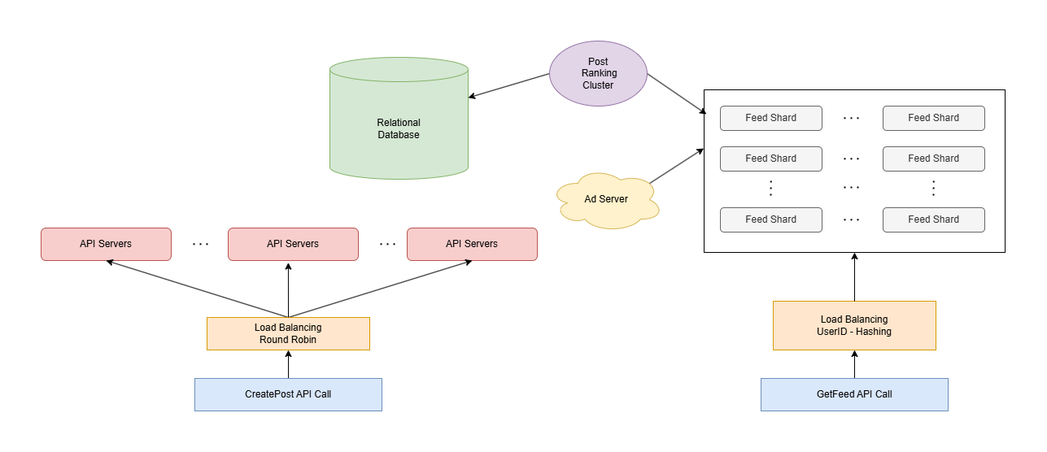
Before: SystemsExpert/design-facebook-news-feed.png, a diagram exported from draw.io (alejosilvalau/coding-interview-prep). Source tidied: cells renumbered, new cells last; positions are measured from the earlier drawing's top-left corner, leaving out a move shared by most shapes.
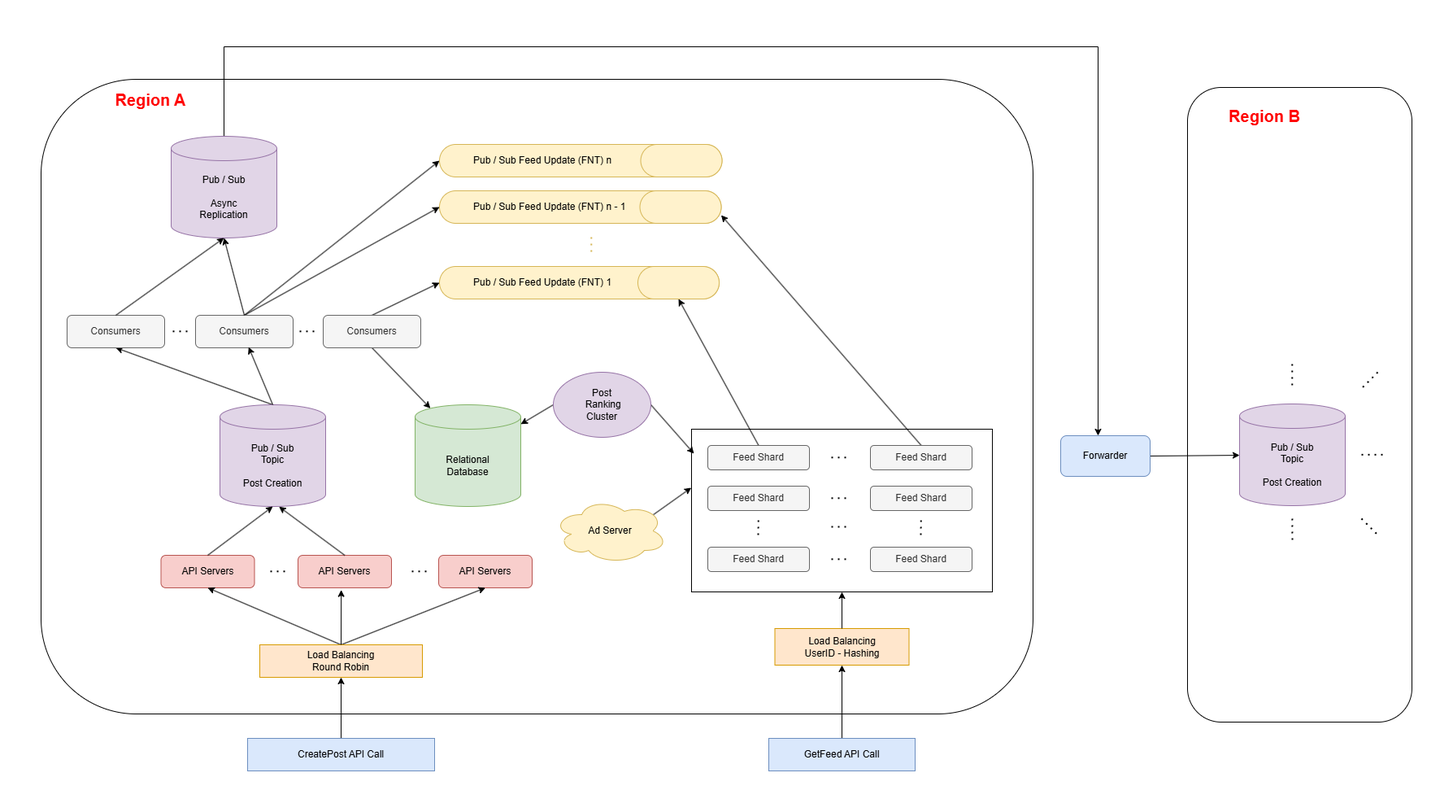
The same file after the commit.

Commit message:
Finished the system diagram and added explanation of how the feed creation works

The edit, as a diff of the source:
```diff
@@ -2,17 +2,26 @@
   <root>
     <mxCell id="0" />
     <mxCell id="1" parent="0" />
+    <mxCell id="36" style="rounded=1;whiteSpace=wrap;html=1;fillColor=none;" parent="1" vertex="1">
+      <mxGeometry x="1345" y="-345" width="276" height="780" as="geometry" />
+    </mxCell>
+    <mxCell id="37" style="rounded=1;whiteSpace=wrap;html=1;fillColor=none;" parent="1" vertex="1">
+      <mxGeometry x="-65" y="-355" width="1220" height="780" as="geometry" />
+    </mxCell>
+    <mxCell id="28" style="rounded=0;whiteSpace=wrap;html=1;fillColor=none;" parent="1" vertex="1">
+      <mxGeometry x="735" y="75" width="370" height="200" as="geometry" />
+    </mxCell>
     <mxCell id="2" value="Relational&lt;div&gt;Database&lt;/div&gt;" style="shape=cylinder3;whiteSpace=wrap;html=1;boundedLbl=1;backgroundOutline=1;size=15;fillColor=#d5e8d4;strokeColor=#82b366;" parent="1" vertex="1">
-      <mxGeometry x="355" y="20" width="170" height="150" as="geometry" />
+      <mxGeometry x="395" y="45" width="130" height="125" as="geometry" />
     </mxCell>
     <mxCell id="3" value="API Servers" style="rounded=1;whiteSpace=wrap;html=1;fillColor=#f8cecc;strokeColor=#b85450;" parent="1" vertex="1">
-      <mxGeometry y="230" width="160" height="40" as="geometry" />
+      <mxGeometry x="82.5" y="230" width="115" height="40" as="geometry" />
     </mxCell>
     <mxCell id="4" value="API Servers" style="rounded=1;whiteSpace=wrap;html=1;fillColor=#f8cecc;strokeColor=#b85450;" parent="1" vertex="1">
-      <mxGeometry x="230" y="230" width="160" height="40" as="geometry" />
+      <mxGeometry x="251" y="230" width="115" height="40" as="geometry" />
     </mxCell>
     <mxCell id="5" value="API Servers" style="rounded=1;whiteSpace=wrap;html=1;fillColor=#f8cecc;strokeColor=#b85450;" parent="1" vertex="1">
-      <mxGeometry x="450" y="230" width="160" height="40" as="geometry" />
+      <mxGeometry x="424" y="230" width="115" height="40" as="geometry" />
     </mxCell>
     <mxCell id="6" style="rounded=0;jettySize=auto;html=1;exitX=0.5;exitY=0;exitDx=0;exitDy=0;entryX=0.5;entryY=1;entryDx=0;entryDy=0;" parent="1" edge="1" source="8" target="3">
       <mxGeometry relative="1" as="geometry" />
@@ -27,89 +36,92 @@
       <mxGeometry relative="1" as="geometry" />
     </mxCell>
     <mxCell id="10" value="CreatePost API Call" style="rounded=0;whiteSpace=wrap;html=1;fillColor=#dae8fc;strokeColor=#6c8ebf;" parent="1" vertex="1">
-      <mxGeometry x="189" y="415" width="230" height="40" as="geometry" />
+      <mxGeometry x="189" y="455" width="230" height="40" as="geometry" />
     </mxCell>
     <mxCell id="11" style="edgeStyle=orthogonalEdgeStyle;rounded=0;jettySize=auto;html=1;exitX=0.5;exitY=0;exitDx=0;exitDy=0;entryX=0.5;entryY=1;entryDx=0;entryDy=0;" parent="1" edge="1" source="12" target="13">
       <mxGeometry relative="1" as="geometry" />
     </mxCell>
     <mxCell id="12" value="GetFeed API Call" style="rounded=0;whiteSpace=wrap;html=1;fillColor=#dae8fc;strokeColor=#6c8ebf;" parent="1" vertex="1">
-      <mxGeometry x="885" y="415" width="230" height="40" as="geometry" />
+      <mxGeometry x="830" y="455" width="180" height="40" as="geometry" />
     </mxCell>
     <mxCell id="13" value="Load Balancing&lt;div&gt;UserID - Hashing&lt;/div&gt;" style="rounded=0;whiteSpace=wrap;html=1;fillColor=#ffe6cc;strokeColor=#d79b00;" parent="1" vertex="1">
-      <mxGeometry x="900" y="320" width="200" height="60" as="geometry" />
+      <mxGeometry x="837.5" y="320" width="165" height="45" as="geometry" />
     </mxCell>
+    <mxCell id="38" style="rounded=0;jettySize=auto;html=1;exitX=0.5;exitY=0;exitDx=0;exitDy=0;entryX=0.5;entryY=1;entryDx=0;entryDy=0;" parent="1" edge="1" source="14" target="59">
+      <mxGeometry relative="1" as="geometry" />
+    </mxCell>
     <mxCell id="14" value="Feed Shard" style="rounded=1;whiteSpace=wrap;html=1;fillColor=#f5f5f5;fontColor=#333333;strokeColor=#666666;" parent="1" vertex="1">
-      <mxGeometry x="835" y="80" width="125" height="30" as="geometry" />
+      <mxGeometry x="755" y="95" width="125" height="30" as="geometry" />
     </mxCell>
+    <mxCell id="39" style="rounded=0;jettySize=auto;html=1;exitX=0.5;exitY=0;exitDx=0;exitDy=0;entryX=1;entryY=0.75;entryDx=0;entryDy=0;" parent="1" edge="1" source="15" target="57">
+      <mxGeometry relative="1" as="geometry" />
+    </mxCell>
     <mxCell id="15" value="Feed Shard" style="rounded=1;whiteSpace=wrap;html=1;fillColor=#f5f5f5;fontColor=#333333;strokeColor=#666666;" parent="1" vertex="1">
-      <mxGeometry x="1035" y="80" width="125" height="30" as="geometry" />
+      <mxGeometry x="955" y="95" width="125" height="30" as="geometry" />
     </mxCell>
     <mxCell id="16" value="Feed Shard" style="rounded=1;whiteSpace=wrap;html=1;fillColor=#f5f5f5;fontColor=#333333;strokeColor=#666666;" parent="1" vertex="1">
-      <mxGeometry x="835" y="130" width="125" height="30" as="geometry" />
+      <mxGeometry x="755" y="145" width="125" height="30" as="geometry" />
     </mxCell>
     <mxCell id="17" value="Feed Shard" style="rounded=1;whiteSpace=wrap;html=1;fillColor=#f5f5f5;fontColor=#333333;strokeColor=#666666;" parent="1" vertex="1">
-      <mxGeometry x="1035" y="130" width="125" height="30" as="geometry" />
+      <mxGeometry x="955" y="145" width="125" height="30" as="geometry" />
     </mxCell>
     <mxCell id="18" value="Feed Shard" style="rounded=1;whiteSpace=wrap;html=1;fillColor=#f5f5f5;fontColor=#333333;strokeColor=#666666;" parent="1" vertex="1">
-      <mxGeometry x="835" y="205" width="125" height="30" as="geometry" />
+      <mxGeometry x="755" y="220" width="125" height="30" as="geometry" />
     </mxCell>
     <mxCell id="19" value="Feed Shard" style="rounded=1;whiteSpace=wrap;html=1;fillColor=#f5f5f5;fontColor=#333333;strokeColor=#666666;" parent="1" vertex="1">
-      <mxGeometry x="1035" y="205" width="125" height="30" as="geometry" />
+      <mxGeometry x="955" y="220" width="125" height="30" as="geometry" />
     </mxCell>
     <mxCell id="20" style="endArrow=none;dashed=1;html=1;dashPattern=1 3;strokeWidth=2;rounded=0;" parent="1" edge="1">
       <mxGeometry relative="1" as="geometry">
-        <mxPoint x="1097" y="190" as="sourcePoint" />
-        <mxPoint x="1097.3" y="170" as="targetPoint" />
+        <mxPoint x="1017" y="205" as="sourcePoint" />
+        <mxPoint x="1017.3" y="185" as="targetPoint" />
       </mxGeometry>
     </mxCell>
     <mxCell id="21" style="endArrow=none;dashed=1;html=1;dashPattern=1 3;strokeWidth=2;rounded=0;" parent="1" edge="1">
       <mxGeometry relative="1" as="geometry">
-        <mxPoint x="897" y="190" as="sourcePoint" />
-        <mxPoint x="897.3" y="170" as="targetPoint" />
+        <mxPoint x="817" y="205" as="sourcePoint" />
+        <mxPoint x="817.3" y="185" as="targetPoint" />
       </mxGeometry>
     </mxCell>
     <mxCell id="22" style="endArrow=none;dashed=1;html=1;dashPattern=1 3;strokeWidth=2;rounded=0;" parent="1" edge="1">
       <mxGeometry relative="1" as="geometry">
-        <mxPoint x="1005" y="219.8" as="sourcePoint" />
-        <mxPoint x="985" y="219.8" as="targetPoint" />
+        <mxPoint x="925" y="234.8" as="sourcePoint" />
+        <mxPoint x="905" y="234.8" as="targetPoint" />
       </mxGeometry>
     </mxCell>
     <mxCell id="23" style="endArrow=none;dashed=1;html=1;dashPattern=1 3;strokeWidth=2;rounded=0;" parent="1" edge="1">
       <mxGeometry relative="1" as="geometry">
-        <mxPoint x="1005" y="180" as="sourcePoint" />
-        <mxPoint x="985" y="180" as="targetPoint" />
+        <mxPoint x="925" y="195" as="sourcePoint" />
+        <mxPoint x="905" y="195" as="targetPoint" />
       </mxGeometry>
     </mxCell>
     <mxCell id="24" style="endArrow=none;dashed=1;html=1;dashPattern=1 3;strokeWidth=2;rounded=0;" parent="1" edge="1">
       <mxGeometry relative="1" as="geometry">
-        <mxPoint x="1005" y="144.8" as="sourcePoint" />
-        <mxPoint x="985" y="144.8" as="targetPoint" />
+        <mxPoint x="925" y="159.8" as="sourcePoint" />
+        <mxPoint x="905" y="159.8" as="targetPoint" />
       </mxGeometry>
     </mxCell>
     <mxCell id="25" style="endArrow=none;dashed=1;html=1;dashPattern=1 3;strokeWidth=2;rounded=0;" parent="1" edge="1">
       <mxGeometry relative="1" as="geometry">
-        <mxPoint x="1005" y="94.8" as="sourcePoint" />
-        <mxPoint x="985" y="94.8" as="targetPoint" />
+        <mxPoint x="925" y="109.8" as="sourcePoint" />
+        <mxPoint x="905" y="109.8" as="targetPoint" />
       </mxGeometry>
     </mxCell>
     <mxCell id="26" style="endArrow=none;dashed=1;html=1;dashPattern=1 3;strokeWidth=2;rounded=0;" parent="1" edge="1">
       <mxGeometry relative="1" as="geometry">
-        <mxPoint x="435" y="249.8" as="sourcePoint" />
-        <mxPoint x="415" y="249.8" as="targetPoint" />
+        <mxPoint x="409" y="249.8" as="sourcePoint" />
+        <mxPoint x="389" y="249.8" as="targetPoint" />
       </mxGeometry>
     </mxCell>
     <mxCell id="27" style="endArrow=none;dashed=1;html=1;dashPattern=1 3;strokeWidth=2;rounded=0;" parent="1" edge="1">
       <mxGeometry relative="1" as="geometry">
-        <mxPoint x="205" y="249.8" as="sourcePoint" />
-        <mxPoint x="185" y="249.8" as="targetPoint" />
+        <mxPoint x="235" y="249.8" as="sourcePoint" />
+        <mxPoint x="215" y="249.8" as="targetPoint" />
       </mxGeometry>
     </mxCell>
-    <mxCell id="28" style="rounded=0;whiteSpace=wrap;html=1;fillColor=none;" parent="1" vertex="1">
-      <mxGeometry x="815" y="60" width="370" height="200" as="geometry" />
-    </mxCell>
     <mxCell id="29" style="rounded=0;jettySize=auto;html=1;exitX=0.5;exitY=0;exitDx=0;exitDy=0;" parent="1" edge="1" source="13">
       <mxGeometry relative="1" as="geometry">
-        <mxPoint x="1000" y="260" as="targetPoint" />
+        <mxPoint x="920" y="275" as="targetPoint" />
       </mxGeometry>
     </mxCell>
     <mxCell id="30" style="rounded=0;jettySize=auto;html=1;exitX=0.5;exitY=0;exitDx=0;exitDy=0;entryX=0.462;entryY=1.065;entryDx=0;entryDy=0;entryPerimeter=0;" parent="1" edge="1" source="8" target="4">
@@ -122,13 +134,147 @@
       <mxGeometry relative="1" as="geometry" />
     </mxCell>
     <mxCell id="33" value="Post&lt;div&gt;&amp;nbsp;Ranking&lt;/div&gt;&lt;div&gt;Cluster&lt;/div&gt;" style="ellipse;whiteSpace=wrap;html=1;fillColor=#e1d5e7;strokeColor=#9673a6;" parent="1" vertex="1">
-      <mxGeometry x="625" width="120" height="80" as="geometry" />
+      <mxGeometry x="565" y="5" width="120" height="80" as="geometry" />
     </mxCell>
     <mxCell id="34" value="Ad Server" style="ellipse;shape=cloud;whiteSpace=wrap;html=1;fillColor=#fff2cc;strokeColor=#d6b656;" parent="1" vertex="1">
-      <mxGeometry x="625" y="155" width="140" height="80" as="geometry" />
+      <mxGeometry x="565" y="160" width="140" height="80" as="geometry" />
     </mxCell>
     <mxCell id="35" style="rounded=0;jettySize=auto;html=1;exitX=0.88;exitY=0.25;exitDx=0;exitDy=0;exitPerimeter=0;entryX=-0.001;entryY=0.36;entryDx=0;entryDy=0;entryPerimeter=0;" parent="1" edge="1" source="34" target="28">
       <mxGeometry relative="1" as="geometry" />
     </mxCell>
+    <mxCell id="40" style="rounded=0;jettySize=auto;html=1;exitX=0.5;exitY=0;exitDx=0;exitDy=0;exitPerimeter=0;entryX=0.5;entryY=1;entryDx=0;entryDy=0;" parent="1" edge="1" source="41" target="48">
+      <mxGeometry relative="1" as="geometry" />
+    </mxCell>
+    <mxCell id="41" value="Pub / Sub&lt;div&gt;Topic&lt;div&gt;&lt;br&gt;&lt;/div&gt;&lt;div&gt;Post Creation&lt;/div&gt;&lt;/div&gt;" style="shape=cylinder3;whiteSpace=wrap;html=1;boundedLbl=1;backgroundOutline=1;size=15;fillColor=#e1d5e7;strokeColor=#9673a6;" parent="1" vertex="1">
+      <mxGeometry x="155" y="45" width="130" height="125" as="geometry" />
+    </mxCell>
+    <mxCell id="42" style="rounded=0;jettySize=auto;html=1;exitX=0.5;exitY=1;exitDx=0;exitDy=0;entryX=0.145;entryY=0;entryDx=0;entryDy=4.35;entryPerimeter=0;" parent="1" edge="1" source="44" target="2">
+      <mxGeometry relative="1" as="geometry" />
+    </mxCell>
+    <mxCell id="43" style="rounded=0;jettySize=auto;html=1;exitX=0.5;exitY=0;exitDx=0;exitDy=0;entryX=0;entryY=0.5;entryDx=0;entryDy=0;" parent="1" edge="1" source="44" target="58">
+      <mxGeometry relative="1" as="geometry" />
+    </mxCell>
+    <mxCell id="44" value="Consumers" style="rounded=1;whiteSpace=wrap;html=1;fillColor=#f5f5f5;fontColor=#333333;strokeColor=#666666;" parent="1" vertex="1">
+      <mxGeometry x="282" y="-65" width="120" height="40" as="geometry" />
+    </mxCell>
+    <mxCell id="45" style="rounded=0;jettySize=auto;html=1;exitX=0.5;exitY=0;exitDx=0;exitDy=0;entryX=0;entryY=0.5;entryDx=0;entryDy=0;" parent="1" edge="1" source="47" target="56">
+      <mxGeometry relative="1" as="geometry" />
+    </mxCell>
+    <mxCell id="46" style="rounded=0;jettySize=auto;html=1;exitX=0.5;exitY=0;exitDx=0;exitDy=0;entryX=0;entryY=0.5;entryDx=0;entryDy=0;" parent="1" edge="1" source="47" target="54">
+      <mxGeometry relative="1" as="geometry" />
+    </mxCell>
+    <mxCell id="47" value="Consumers" style="rounded=1;whiteSpace=wrap;html=1;fillColor=#f5f5f5;fontColor=#333333;strokeColor=#666666;" parent="1" vertex="1">
+      <mxGeometry x="125" y="-65" width="120" height="40" as="geometry" />
+    </mxCell>
+    <mxCell id="48" value="Consumers" style="rounded=1;whiteSpace=wrap;html=1;fillColor=#f5f5f5;fontColor=#333333;strokeColor=#666666;" parent="1" vertex="1">
+      <mxGeometry x="-33" y="-65" width="120" height="40" as="geometry" />
+    </mxCell>
+    <mxCell id="49" style="endArrow=none;dashed=1;html=1;dashPattern=1 3;strokeWidth=2;rounded=0;" parent="1" edge="1">
+      <mxGeometry relative="1" as="geometry">
+        <mxPoint x="115" y="-45.2" as="sourcePoint" />
+        <mxPoint x="95" y="-45.2" as="targetPoint" />
+      </mxGeometry>
+    </mxCell>
+    <mxCell id="50" style="endArrow=none;dashed=1;html=1;dashPattern=1 3;strokeWidth=2;rounded=0;" parent="1" edge="1">
+      <mxGeometry relative="1" as="geometry">
+        <mxPoint x="271" y="-45.2" as="sourcePoint" />
+        <mxPoint x="251" y="-45.2" as="targetPoint" />
+      </mxGeometry>
+    </mxCell>
+    <mxCell id="51" style="rounded=0;jettySize=auto;html=1;exitX=0.5;exitY=0;exitDx=0;exitDy=0;entryX=0.5;entryY=1;entryDx=0;entryDy=0;entryPerimeter=0;" parent="1" edge="1" source="3" target="41">
+      <mxGeometry relative="1" as="geometry" />
+    </mxCell>
+    <mxCell id="52" style="rounded=0;jettySize=auto;html=1;exitX=0.5;exitY=0;exitDx=0;exitDy=0;entryX=0.559;entryY=1.002;entryDx=0;entryDy=0;entryPerimeter=0;" parent="1" edge="1" source="4" target="41">
+      <mxGeometry relative="1" as="geometry" />
+    </mxCell>
+    <mxCell id="53" style="rounded=0;jettySize=auto;html=1;exitX=0.5;exitY=0;exitDx=0;exitDy=0;exitPerimeter=0;entryX=0.544;entryY=0.979;entryDx=0;entryDy=0;entryPerimeter=0;" parent="1" edge="1" source="41" target="47">
+      <mxGeometry relative="1" as="geometry" />
+    </mxCell>
+    <mxCell id="54" value="&lt;blockquote style=&quot;margin: 0 0 0 40px; border: none; padding: 0px;&quot;&gt;Pub / Sub Feed Update (FNT) n&lt;/blockquote&gt;" style="rounded=1;whiteSpace=wrap;html=1;arcSize=50;align=left;fillColor=#fff2cc;strokeColor=#d6b656;" parent="1" vertex="1">
+      <mxGeometry x="425" y="-275" width="347.5" height="40" as="geometry" />
+    </mxCell>
+    <mxCell id="55" style="rounded=1;whiteSpace=wrap;html=1;arcSize=50;fillColor=#fff2cc;strokeColor=#d6b656;" parent="1" vertex="1">
+      <mxGeometry x="672.5" y="-275" width="100" height="40" as="geometry" />
+    </mxCell>
+    <mxCell id="56" value="&lt;blockquote style=&quot;margin: 0 0 0 40px; border: none; padding: 0px;&quot;&gt;Pub / Sub Feed Update (FNT) n - 1&lt;/blockquote&gt;" style="rounded=1;whiteSpace=wrap;html=1;arcSize=50;align=left;fillColor=#fff2cc;strokeColor=#d6b656;" parent="1" vertex="1">
+      <mxGeometry x="425" y="-218" width="346.5" height="40" as="geometry" />
+    </mxCell>
+    <mxCell id="57" style="rounded=1;whiteSpace=wrap;html=1;arcSize=50;fillColor=#fff2cc;strokeColor=#d6b656;" parent="1" vertex="1">
+      <mxGeometry x="671.5" y="-218" width="100" height="40" as="geometry" />
+    </mxCell>
+    <mxCell id="58" value="&lt;blockquote style=&quot;margin: 0 0 0 40px; border: none; padding: 0px;&quot;&gt;Pub / Sub Feed Update (FNT) 1&lt;/blockquote&gt;" style="rounded=1;whiteSpace=wrap;html=1;arcSize=50;align=left;fillColor=#fff2cc;strokeColor=#d6b656;" parent="1" vertex="1">
+      <mxGeometry x="425" y="-125" width="344" height="40" as="geometry" />
+    </mxCell>
+    <mxCell id="59" style="rounded=1;whiteSpace=wrap;html=1;arcSize=50;fillColor=#fff2cc;strokeColor=#d6b656;" parent="1" vertex="1">
+      <mxGeometry x="669" y="-125" width="100" height="40" as="geometry" />
+    </mxCell>
+    <mxCell id="60" style="endArrow=none;dashed=1;html=1;dashPattern=1 3;strokeWidth=2;rounded=0;fillColor=#fff2cc;strokeColor=#d6b656;" parent="1" edge="1">
+      <mxGeometry relative="1" as="geometry">
+        <mxPoint x="611.8" y="-161" as="sourcePoint" />
+        <mxPoint x="611.8" y="-141" as="targetPoint" />
+      </mxGeometry>
+    </mxCell>
+    <mxCell id="61" style="edgeStyle=orthogonalEdgeStyle;rounded=0;jettySize=auto;html=1;exitX=0.5;exitY=0;exitDx=0;exitDy=0;exitPerimeter=0;" parent="1" edge="1" source="62" target="69">
+      <mxGeometry relative="1" as="geometry">
+        <Array as="points">
+          <mxPoint x="160" y="-395" />
+          <mxPoint x="1235" y="-395" />
+        </Array>
+      </mxGeometry>
+    </mxCell>
+    <mxCell id="62" value="Pub / Sub&lt;div&gt;&lt;br&gt;&lt;/div&gt;&lt;div&gt;Async&lt;/div&gt;&lt;div&gt;Replication&lt;/div&gt;" style="shape=cylinder3;whiteSpace=wrap;html=1;boundedLbl=1;backgroundOutline=1;size=15;fillColor=#e1d5e7;strokeColor=#9673a6;" parent="1" vertex="1">
+      <mxGeometry x="95" y="-285" width="130" height="125" as="geometry" />
+    </mxCell>
+    <mxCell id="63" style="rounded=0;jettySize=auto;html=1;exitX=0.5;exitY=0;exitDx=0;exitDy=0;entryX=0.5;entryY=1;entryDx=0;entryDy=0;entryPerimeter=0;startArrow=none;startFill=0;" parent="1" edge="1" source="48" target="62">
+      <mxGeometry relative="1" as="geometry" />
+    </mxCell>
+    <mxCell id="64" style="rounded=0;jettySize=auto;html=1;exitX=0.5;exitY=0;exitDx=0;exitDy=0;entryX=0.5;entryY=1;entryDx=0;entryDy=0;entryPerimeter=0;startArrow=none;startFill=0;" parent="1" edge="1" source="47" target="62">
+      <mxGeometry relative="1" as="geometry" />
+    </mxCell>
+    <mxCell id="65" value="&lt;b&gt;&lt;font style=&quot;font-size: 20px;&quot; color=&quot;#ff0000&quot;&gt;Region A&lt;/font&gt;&lt;/b&gt;" style="text;html=1;align=center;verticalAlign=middle;whiteSpace=wrap;rounded=0;" parent="1" vertex="1">
+      <mxGeometry x="5" y="-345" width="130" height="30" as="geometry" />
+    </mxCell>
+    <mxCell id="66" value="&lt;b&gt;&lt;font style=&quot;font-size: 20px;&quot; color=&quot;#ff0000&quot;&gt;Region B&lt;/font&gt;&lt;/b&gt;" style="text;html=1;align=center;verticalAlign=middle;whiteSpace=wrap;rounded=0;" parent="1" vertex="1">
+      <mxGeometry x="1375" y="-325" width="130" height="30" as="geometry" />
+    </mxCell>
+    <mxCell id="67" value="Pub / Sub&lt;div&gt;Topic&lt;div&gt;&lt;br&gt;&lt;/div&gt;&lt;div&gt;Post Creation&lt;/div&gt;&lt;/div&gt;" style="shape=cylinder3;whiteSpace=wrap;html=1;boundedLbl=1;backgroundOutline=1;size=15;fillColor=#e1d5e7;strokeColor=#9673a6;" parent="1" vertex="1">
+      <mxGeometry x="1409" y="44" width="130" height="125" as="geometry" />
+    </mxCell>
+    <mxCell id="68" style="rounded=0;jettySize=auto;html=1;exitX=1;exitY=0.5;exitDx=0;exitDy=0;" parent="1" edge="1" source="69" target="67">
+      <mxGeometry relative="1" as="geometry" />
+    </mxCell>
+    <mxCell id="69" value="Forwarder" style="rounded=1;whiteSpace=wrap;html=1;fillColor=#dae8fc;strokeColor=#6c8ebf;" parent="1" vertex="1">
+      <mxGeometry x="1189" y="83" width="110" height="50" as="geometry" />
+    </mxCell>
+    <mxCell id="70" style="endArrow=none;dashed=1;html=1;dashPattern=1 3;strokeWidth=2;rounded=0;" parent="1" edge="1">
+      <mxGeometry relative="1" as="geometry">
+        <mxPoint x="1559" y="106.4" as="sourcePoint" />
+        <mxPoint x="1589" y="106.4" as="targetPoint" />
+      </mxGeometry>
+    </mxCell>
+    <mxCell id="71" style="endArrow=none;dashed=1;html=1;dashPattern=1 3;strokeWidth=2;rounded=0;" parent="1" edge="1">
+      <mxGeometry relative="1" as="geometry">
+        <mxPoint x="1473.9" y="185" as="sourcePoint" />
+        <mxPoint x="1474" y="215" as="targetPoint" />
+      </mxGeometry>
+    </mxCell>
+    <mxCell id="72" style="endArrow=none;dashed=1;html=1;dashPattern=1 3;strokeWidth=2;rounded=0;" parent="1" edge="1">
+      <mxGeometry relative="1" as="geometry">
+        <mxPoint x="1559" y="185" as="sourcePoint" />
+        <mxPoint x="1579" y="205" as="targetPoint" />
+      </mxGeometry>
+    </mxCell>
+    <mxCell id="73" style="endArrow=none;dashed=1;html=1;dashPattern=1 3;strokeWidth=2;rounded=0;" parent="1" edge="1">
+      <mxGeometry relative="1" as="geometry">
+        <mxPoint x="1473.8" y="-5" as="sourcePoint" />
+        <mxPoint x="1473.8" y="25" as="targetPoint" />
+      </mxGeometry>
+    </mxCell>
+    <mxCell id="74" style="endArrow=none;dashed=1;html=1;dashPattern=1 3;strokeWidth=2;rounded=0;" parent="1" edge="1">
+      <mxGeometry relative="1" as="geometry">
+        <mxPoint x="1579" y="5" as="sourcePoint" />
+        <mxPoint x="1559" y="25" as="targetPoint" />
+      </mxGeometry>
+    </mxCell>
   </root>
 </mxGraphModel>
```
